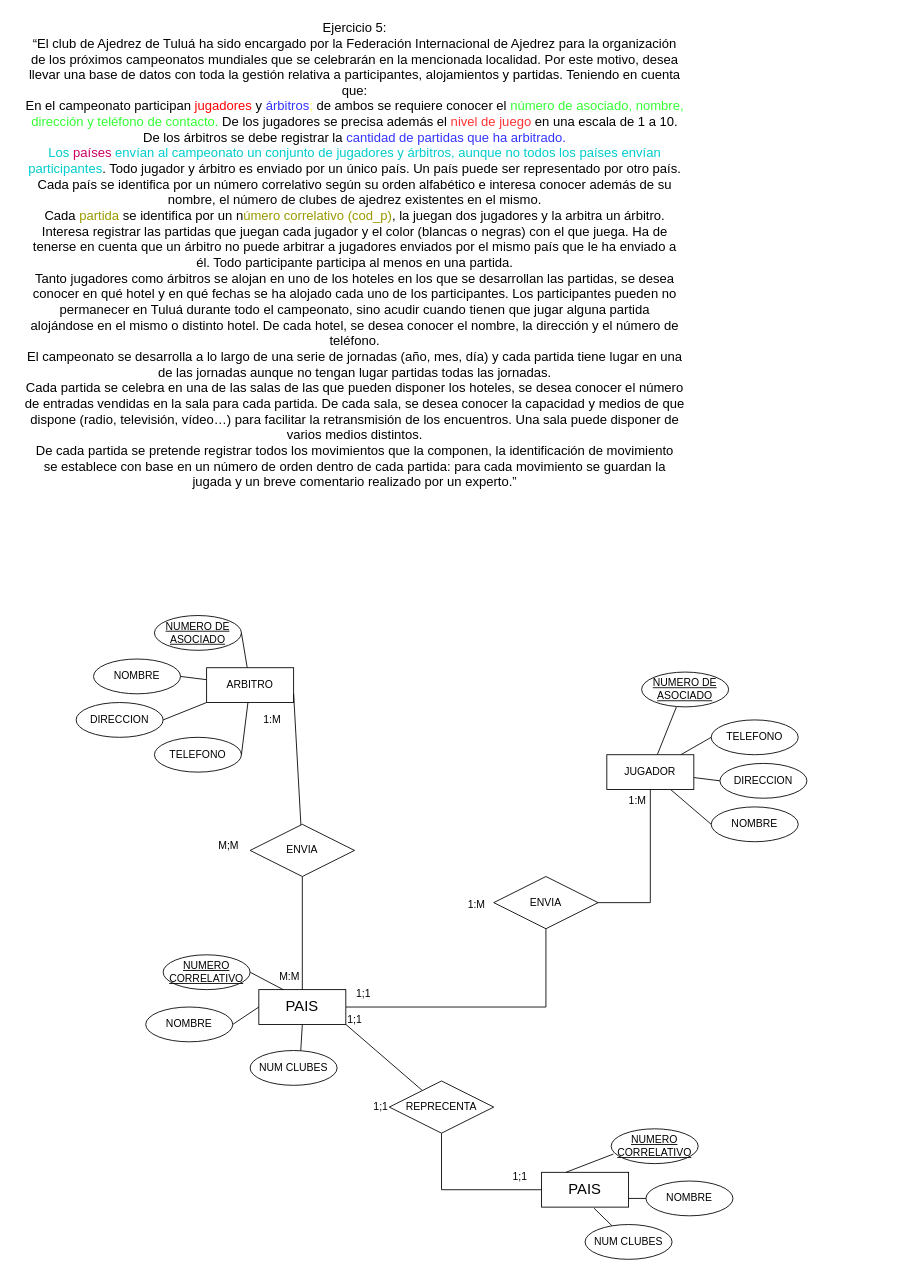
Above: Diagrama sin título.drawio in Cris25nkl/DIAGRAMS_BD (draw.io), before the change. Source tidied: cells renumbered, new cells numbered last; positions are measured from the earlier drawing's top-left corner, leaving out a move shared by most shapes. Both pictures are drawn from the tidied source at 87%, with x=0, y=0 at pixel (15, 15).
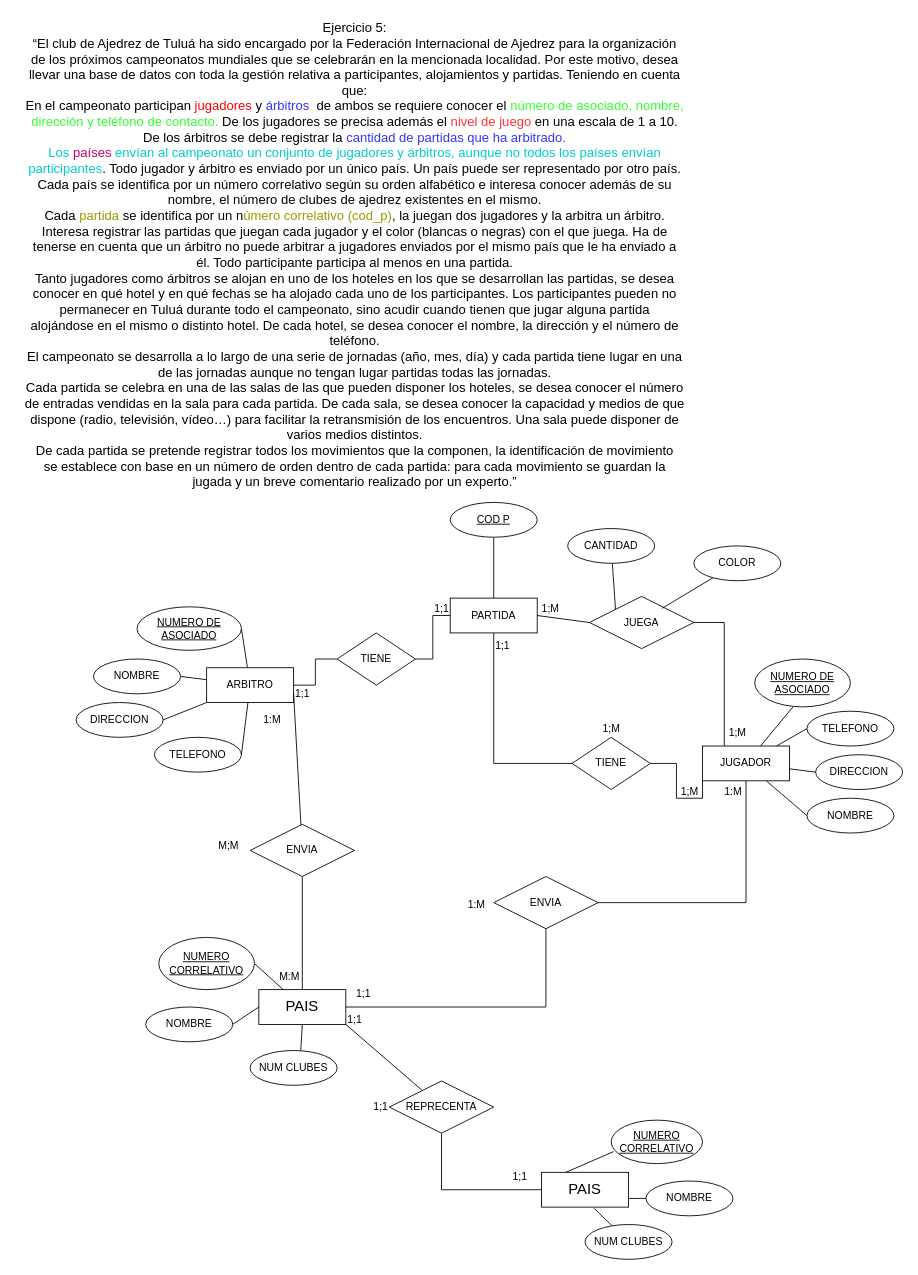
The same diagram, later.

Commit message:
Actualizar Diagrama sin TALLER.drawio

Unchanged cells that the change refers to:
```xml
<mxCell id="5" value="ARBITRO" style="whiteSpace=wrap;html=1;align=center;labelBackgroundColor=none;" parent="1" vertex="1">
  <mxGeometry x="220" y="750" width="100" height="40" as="geometry" />
</mxCell>
```

What changed in the source:
```diff
@@
+    <mxCell id="53" style="edgeStyle=orthogonalEdgeStyle;rounded=0;jettySize=auto;html=1;exitX=0.25;exitY=0;exitDx=0;exitDy=0;entryX=1;entryY=0.5;entryDx=0;entryDy=0;endArrow=none;endFill=0;" parent="1" edge="1" source="10" target="68">
+      <mxGeometry relative="1" as="geometry" />
+    </mxCell>
     <mxCell id="10" value="JUGADOR" style="whiteSpace=wrap;html=1;align=center;labelBackgroundColor=none;" parent="1" vertex="1">
-      <mxGeometry x="680" y="850" width="100" height="40" as="geometry" />
+      <mxGeometry x="790" y="840" width="100" height="40" as="geometry" />
     </mxCell>
@@
     <mxCell id="14" value="NOMBRE" style="ellipse;whiteSpace=wrap;html=1;align=center;labelBackgroundColor=none;" parent="1" vertex="1">
-      <mxGeometry x="800" y="910" width="100" height="40" as="geometry" />
+      <mxGeometry x="910" y="900" width="100" height="40" as="geometry" />
     </mxCell>
     <mxCell id="15" value="TELEFONO" style="ellipse;whiteSpace=wrap;html=1;align=center;labelBackgroundColor=none;" parent="1" vertex="1">
-      <mxGeometry x="800" y="810" width="100" height="40" as="geometry" />
+      <mxGeometry x="910" y="800" width="100" height="40" as="geometry" />
     </mxCell>
     <mxCell id="16" value="DIRECCION" style="ellipse;whiteSpace=wrap;html=1;align=center;labelBackgroundColor=none;" parent="1" vertex="1">
-      <mxGeometry x="810" y="860" width="100" height="40" as="geometry" />
+      <mxGeometry x="920" y="850" width="100" height="40" as="geometry" />
     </mxCell>
     <mxCell id="17" value="NUMERO DE ASOCIADO" style="ellipse;whiteSpace=wrap;html=1;align=center;fontStyle=4;labelBackgroundColor=none;" parent="1" vertex="1">
-      <mxGeometry x="720" y="755" width="100" height="40" as="geometry" />
+      <mxGeometry x="850" y="740" width="110" height="55" as="geometry" />
     </mxCell>
     <mxCell id="18" value="NUMERO DE ASOCIADO" style="ellipse;whiteSpace=wrap;html=1;align=center;fontStyle=4;labelBackgroundColor=none;" parent="1" vertex="1">
-      <mxGeometry x="160" y="690" width="100" height="40" as="geometry" />
+      <mxGeometry x="140" y="680" width="120" height="50" as="geometry" />
     </mxCell>
@@
     <mxCell id="28" value="NUMERO CORRELATIVO" style="ellipse;whiteSpace=wrap;html=1;align=center;fontStyle=4;labelBackgroundColor=none;" parent="1" vertex="1">
-      <mxGeometry x="170" y="1080" width="100" height="40" as="geometry" />
+      <mxGeometry x="165" y="1060" width="110" height="60" as="geometry" />
     </mxCell>
@@
     <mxCell id="37" value="1:M" style="text;html=1;align=center;verticalAlign=middle;strokeColor=none;fillColor=none;labelBackgroundColor=none;" parent="1" vertex="1">
-      <mxGeometry x="695" y="888" width="40" height="30" as="geometry" />
+      <mxGeometry x="805" y="878" width="40" height="30" as="geometry" />
     </mxCell>
@@
     <mxCell id="47" value="NUMERO CORRELATIVO" style="ellipse;whiteSpace=wrap;html=1;align=center;fontStyle=4;labelBackgroundColor=none;" parent="1" vertex="1">
-      <mxGeometry x="685" y="1280" width="100" height="40" as="geometry" />
+      <mxGeometry x="685" y="1270" width="105" height="50" as="geometry" />
     </mxCell>
@@
+    <mxCell id="54" style="rounded=0;jettySize=auto;html=1;exitX=0.5;exitY=0;exitDx=0;exitDy=0;entryX=0.5;entryY=1;entryDx=0;entryDy=0;endArrow=none;endFill=0;" parent="1" edge="1" source="57" target="58">
+      <mxGeometry relative="1" as="geometry" />
+    </mxCell>
+    <mxCell id="55" style="edgeStyle=orthogonalEdgeStyle;rounded=0;jettySize=auto;html=1;entryX=1;entryY=0.5;entryDx=0;entryDy=0;endArrow=none;endFill=0;" parent="1" edge="1" source="57" target="60">
+      <mxGeometry relative="1" as="geometry" />
+    </mxCell>
+    <mxCell id="56" style="edgeStyle=orthogonalEdgeStyle;rounded=0;jettySize=auto;html=1;entryX=0;entryY=0.5;entryDx=0;entryDy=0;endArrow=none;endFill=0;exitX=0.5;exitY=1;exitDx=0;exitDy=0;" parent="1" edge="1" source="57" target="62">
+      <mxGeometry relative="1" as="geometry" />
+    </mxCell>
+    <mxCell id="57" value="PARTIDA" style="whiteSpace=wrap;html=1;align=center;" parent="1" vertex="1">
+      <mxGeometry x="500" y="670" width="100" height="40" as="geometry" />
+    </mxCell>
+    <mxCell id="58" value="COD P" style="ellipse;whiteSpace=wrap;html=1;align=center;fontStyle=4;" parent="1" vertex="1">
+      <mxGeometry x="500" y="560" width="100" height="40" as="geometry" />
+    </mxCell>
+    <mxCell id="59" style="edgeStyle=orthogonalEdgeStyle;rounded=0;jettySize=auto;html=1;entryX=1;entryY=0.5;entryDx=0;entryDy=0;endArrow=none;endFill=0;" parent="1" edge="1" source="60" target="5">
+      <mxGeometry relative="1" as="geometry" />
+    </mxCell>
+    <mxCell id="60" value="TIENE" style="shape=rhombus;perimeter=rhombusPerimeter;whiteSpace=wrap;html=1;align=center;" parent="1" vertex="1">
+      <mxGeometry x="370" y="710" width="90" height="60" as="geometry" />
+    </mxCell>
+    <mxCell id="61" style="edgeStyle=orthogonalEdgeStyle;rounded=0;jettySize=auto;html=1;entryX=0;entryY=1;entryDx=0;entryDy=0;endArrow=none;endFill=0;" parent="1" edge="1" source="62" target="10">
+      <mxGeometry relative="1" as="geometry" />
+    </mxCell>
+    <mxCell id="62" value="TIENE" style="shape=rhombus;perimeter=rhombusPerimeter;whiteSpace=wrap;html=1;align=center;" parent="1" vertex="1">
+      <mxGeometry x="640" y="830" width="90" height="60" as="geometry" />
+    </mxCell>
+    <mxCell id="63" value="1;1" style="text;html=1;align=center;verticalAlign=middle;strokeColor=none;fillColor=none;" parent="1" vertex="1">
+      <mxGeometry x="540" y="710" width="40" height="30" as="geometry" />
+    </mxCell>
+    <mxCell id="64" value="1;M" style="text;html=1;align=center;verticalAlign=middle;strokeColor=none;fillColor=none;" parent="1" vertex="1">
+      <mxGeometry x="755" y="878" width="40" height="30" as="geometry" />
+    </mxCell>
+    <mxCell id="65" value="1;M" style="text;html=1;align=center;verticalAlign=middle;strokeColor=none;fillColor=none;" parent="1" vertex="1">
+      <mxGeometry x="665" y="805" width="40" height="30" as="geometry" />
+    </mxCell>
+    <mxCell id="66" value="1;1" style="text;html=1;align=center;verticalAlign=middle;strokeColor=none;fillColor=none;" parent="1" vertex="1">
+      <mxGeometry x="470" y="668" width="40" height="30" as="geometry" />
+    </mxCell>
+    <mxCell id="67" value="1;1" style="text;html=1;align=center;verticalAlign=middle;strokeColor=none;fillColor=none;" parent="1" vertex="1">
+      <mxGeometry x="310" y="765" width="40" height="30" as="geometry" />
+    </mxCell>
+    <mxCell id="68" value="JUEGA" style="shape=rhombus;perimeter=rhombusPerimeter;whiteSpace=wrap;html=1;align=center;" parent="1" vertex="1">
+      <mxGeometry x="660" y="668" width="120" height="60" as="geometry" />
+    </mxCell>
+    <mxCell id="69" style="rounded=0;jettySize=auto;html=1;entryX=0.694;entryY=0.231;entryDx=0;entryDy=0;entryPerimeter=0;endArrow=none;endFill=0;" parent="1" edge="1" source="70" target="68">
+      <mxGeometry relative="1" as="geometry" />
+    </mxCell>
+    <mxCell id="70" value="COLOR" style="ellipse;whiteSpace=wrap;html=1;align=center;" parent="1" vertex="1">
+      <mxGeometry x="780" y="610" width="100" height="40" as="geometry" />
+    </mxCell>
+    <mxCell id="71" style="rounded=0;jettySize=auto;html=1;entryX=0;entryY=0;entryDx=0;entryDy=0;endArrow=none;endFill=0;" parent="1" edge="1" source="72" target="68">
+      <mxGeometry relative="1" as="geometry" />
+    </mxCell>
+    <mxCell id="72" value="CANTIDAD" style="ellipse;whiteSpace=wrap;html=1;align=center;" parent="1" vertex="1">
+      <mxGeometry x="635" y="590" width="100" height="40" as="geometry" />
+    </mxCell>
+    <mxCell id="73" style="rounded=0;jettySize=auto;html=1;exitX=0;exitY=0.5;exitDx=0;exitDy=0;entryX=1;entryY=0.5;entryDx=0;entryDy=0;endArrow=none;endFill=0;" parent="1" edge="1" source="68" target="57">
+      <mxGeometry relative="1" as="geometry" />
+    </mxCell>
+    <mxCell id="74" value="1;M" style="text;html=1;align=center;verticalAlign=middle;strokeColor=none;fillColor=none;" parent="1" vertex="1">
+      <mxGeometry x="595" y="668" width="40" height="30" as="geometry" />
+    </mxCell>
+    <mxCell id="75" value="1;M" style="text;html=1;align=center;verticalAlign=middle;strokeColor=none;fillColor=none;" parent="1" vertex="1">
+      <mxGeometry x="810" y="810" width="40" height="30" as="geometry" />
+    </mxCell>
```
